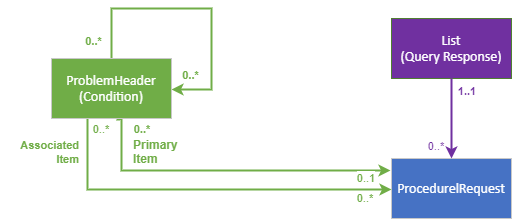
Earlier version of the draw.io export images/access_structured/DiaryEntry_Return.png (nhsconnect/gpconnect). Source tidied: cells renumbered, new cells last; positions are measured from the earlier drawing's top-left corner, leaving out a move shared by most shapes.
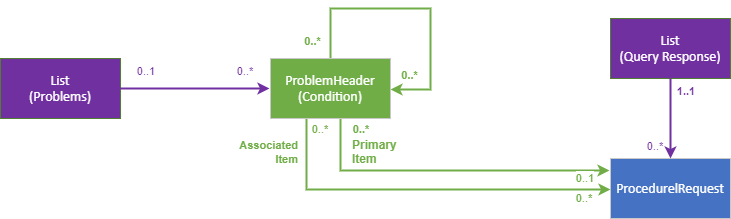
Later version of the same file.

Commit message:
Update DiaryEntry_Return

What changed in the source:
```diff
@@ -17,7 +17,7 @@
     <mxCell id="4" style="edgeStyle=orthogonalEdgeStyle;rounded=0;jettySize=auto;html=1;entryX=-0.008;entryY=0.2;entryDx=0;entryDy=0;entryPerimeter=0;strokeColor=#70AD47;strokeWidth=2;fontColor=#7030A0;exitX=-0.3;exitY=0.042;exitDx=0;exitDy=0;exitPerimeter=0;" parent="1" edge="1" source="20" target="2">
       <mxGeometry relative="1" as="geometry">
         <Array as="points">
-          <mxPoint x="121" y="111" />
+          <mxPoint x="121" y="109" />
           <mxPoint x="121" y="162" />
         </Array>
       </mxGeometry>
@@ -40,6 +40,18 @@
     <mxCell id="10" style="endArrow=classic;html=1;fontColor=#7030A0;strokeColor=#7030A0;strokeWidth=2;" parent="1" edge="1" source="9" target="2">
       <mxGeometry relative="1" as="geometry" />
     </mxCell>
+    <mxCell id="26" value="&lt;font style=&quot;font-size: 14px ; font-family: &amp;#34;calibri&amp;#34; ; color: #feffff ; direction: ltr ; letter-spacing: 0px ; line-height: 120% ; opacity: 1&quot;&gt;List&lt;br&gt;(Problems)&lt;br&gt;&lt;/font&gt;" style="verticalAlign=middle;align=center;vsdxID=1089;fillColor=#7030a0;gradientColor=none;shape=(stored shape, 160 characters);strokeColor=#507e32;spacingTop=-1;spacingBottom=-1;spacingLeft=-1;spacingRight=-1;labelBackgroundColor=none;rounded=0;html=1;whiteSpace=wrap;" parent="1" vertex="1">
+      <mxGeometry x="-219" y="50" width="120" height="60" as="geometry" />
+    </mxCell>
+    <mxCell id="27" style="endArrow=classic;html=1;fontColor=#7030A0;strokeColor=#7030A0;strokeWidth=2;exitX=0.992;exitY=0.5;exitDx=0;exitDy=0;exitPerimeter=0;entryX=-0.008;entryY=0.5;entryDx=0;entryDy=0;entryPerimeter=0;" parent="1" edge="1" source="26" target="6">
+      <mxGeometry relative="1" as="geometry" />
+    </mxCell>
+    <mxCell id="28" value="&lt;font style=&quot;font-size: 11px; direction: ltr; letter-spacing: 0px; line-height: 120%; opacity: 1;&quot;&gt;0&lt;/font&gt;&lt;font style=&quot;font-size: 11px; direction: ltr; letter-spacing: 0px; line-height: 120%; opacity: 1;&quot;&gt;..*&lt;br&gt;&lt;/font&gt;" style="verticalAlign=middle;align=center;vsdxID=1092;fillColor=none;gradientColor=none;strokeColor=none;labelBackgroundColor=#FFFFFF;rounded=0;html=1;whiteSpace=wrap;fontColor=#7030A0;fontFamily=Arial;" parent="1" vertex="1">
+      <mxGeometry x="10" y="50" width="30" height="24" as="geometry" />
+    </mxCell>
+    <mxCell id="29" value="&lt;font style=&quot;font-size: 11px ; direction: ltr ; letter-spacing: 0px ; line-height: 120% ; opacity: 1&quot;&gt;0&lt;/font&gt;&lt;font style=&quot;font-size: 11px ; direction: ltr ; letter-spacing: 0px ; line-height: 120% ; opacity: 1&quot;&gt;..1&lt;br&gt;&lt;/font&gt;" style="verticalAlign=middle;align=center;vsdxID=1092;fillColor=none;gradientColor=none;strokeColor=none;labelBackgroundColor=#FFFFFF;rounded=0;html=1;whiteSpace=wrap;fontColor=#7030A0;fontFamily=Arial;" parent="1" vertex="1">
+      <mxGeometry x="-89" y="50" width="30" height="24" as="geometry" />
+    </mxCell>
     <mxCell id="11" value="Connector" parent="0" />
     <mxCell id="12" style="vsdxID=1077;fillColor=none;gradientColor=none;shape=(stored shape, 176 characters);strokeColor=#00b050;strokeWidth=2;labelBackgroundColor=#ffffff;rounded=0;html=1;whiteSpace=wrap;" parent="11" vertex="1">
       <mxGeometry x="111" y="80" width="60" height="-30" as="geometry" />
```
